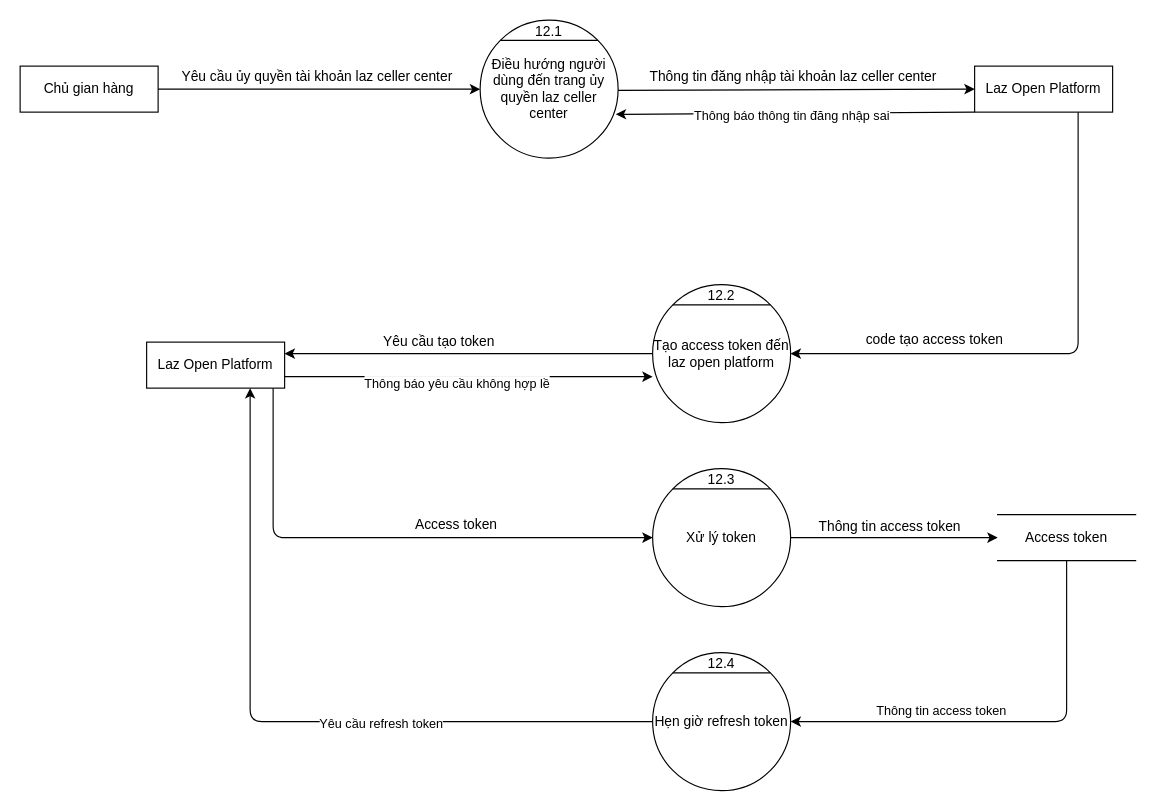
Earlier version of the draw.io diagram long/DFD-Authorization.drawio (xxminhmie/override-project-document). Source tidied: cells renumbered, new cells numbered last; positions are measured from the earlier drawing's top-left corner, leaving out a move shared by most shapes. Both pictures are drawn from the tidied source at 115%, with x=0, y=0 at pixel (20, 20).
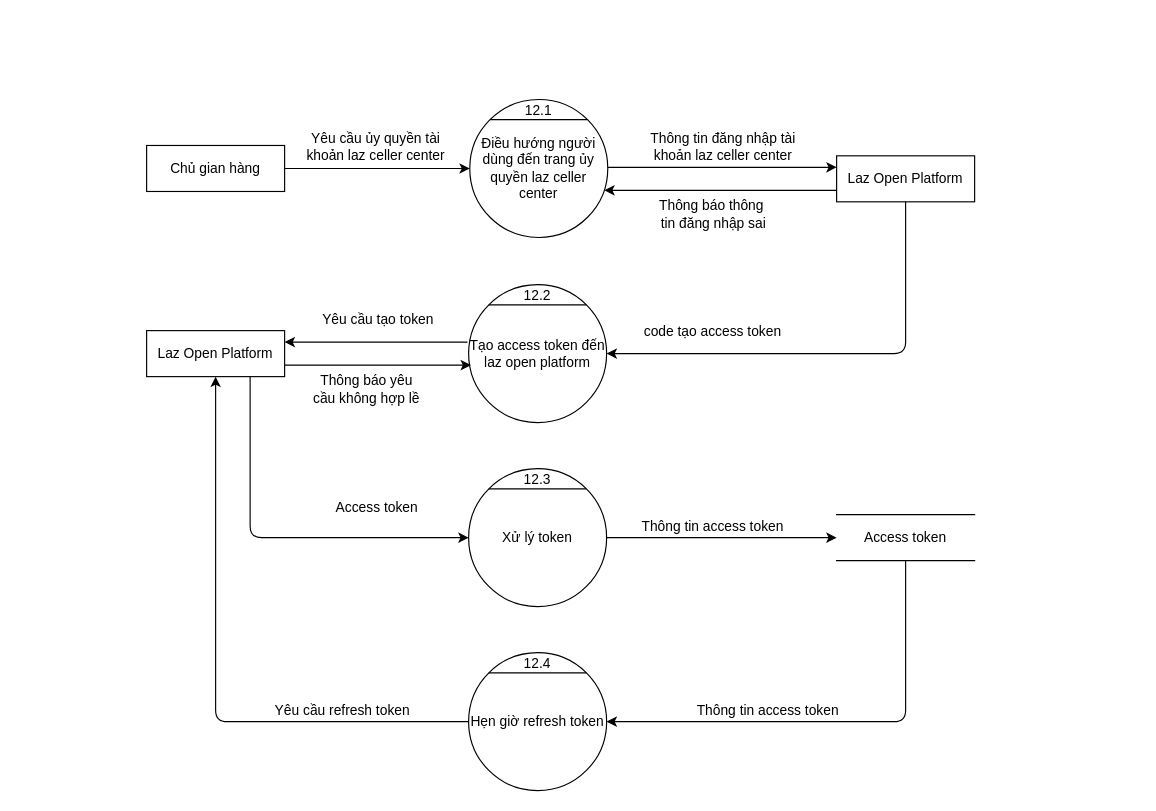
The same page after the edit.

Change to the diagram source:
```diff
@@
-    <mxCell id="2" value="Chủ gian hàng" style="rounded=0;whiteSpace=wrap;html=1;" parent="1" vertex="1">
-      <mxGeometry y="40" width="120" height="40" as="geometry" />
+    <mxCell id="2" value="Chủ gian hàng" style="rounded=0;whiteSpace=wrap;html=1;fontSize=12;" parent="1" vertex="1">
+      <mxGeometry x="110" y="109" width="120" height="40" as="geometry" />
     </mxCell>
-    <mxCell id="3" style="group;" parent="1" vertex="1">
-      <mxGeometry x="400" width="120" height="120" as="geometry" />
+    <mxCell id="3" style="group;fontSize=12;" parent="1" vertex="1">
+      <mxGeometry x="391" y="69" width="120" height="120" as="geometry" />
     </mxCell>
-    <mxCell id="4" value="Điều hướng người dùng đến trang ủy quyền laz celler center" style="ellipse;whiteSpace=wrap;html=1;" parent="3" vertex="1">
+    <mxCell id="4" value="Điều hướng người dùng đến trang ủy quyền laz celler center" style="ellipse;whiteSpace=wrap;html=1;fontSize=12;" parent="3" vertex="1">
       <mxGeometry width="120" height="120" as="geometry" />
     </mxCell>
-    <mxCell id="5" style="endArrow=none;html=1;exitX=0;exitY=0;exitDx=0;exitDy=0;entryX=1;entryY=0;entryDx=0;entryDy=0;" parent="3" edge="1" source="4" target="4">
+    <mxCell id="5" style="endArrow=none;html=1;exitX=0;exitY=0;exitDx=0;exitDy=0;entryX=1;entryY=0;entryDx=0;entryDy=0;fontSize=12;" parent="3" edge="1" source="4" target="4">
       <mxGeometry relative="1" as="geometry" />
     </mxCell>
-    <mxCell id="6" value="12.1" style="text;html=1;strokeColor=none;fillColor=none;align=center;verticalAlign=middle;whiteSpace=wrap;rounded=0;" parent="3" vertex="1">
+    <mxCell id="6" value="12.1" style="text;html=1;strokeColor=none;fillColor=none;align=center;verticalAlign=middle;whiteSpace=wrap;rounded=0;fontSize=12;" parent="3" vertex="1">
       <mxGeometry x="40" width="40" height="20" as="geometry" />
     </mxCell>
-    <mxCell id="7" style="group;" parent="1" vertex="1">
-      <mxGeometry x="550" y="230" width="120" height="120" as="geometry" />
+    <mxCell id="7" style="group;fontSize=12;" parent="1" vertex="1">
+      <mxGeometry x="390" y="230" width="120" height="120" as="geometry" />
     </mxCell>
-    <mxCell id="8" value="Tạo access token đến laz open platform" style="ellipse;whiteSpace=wrap;html=1;" parent="7" vertex="1">
+    <mxCell id="8" value="Tạo access token đến laz open platform" style="ellipse;whiteSpace=wrap;html=1;fontSize=12;" parent="7" vertex="1">
       <mxGeometry width="120" height="120" as="geometry" />
     </mxCell>
-    <mxCell id="9" style="endArrow=none;html=1;exitX=0;exitY=0;exitDx=0;exitDy=0;entryX=1;entryY=0;entryDx=0;entryDy=0;" parent="7" edge="1" source="8" target="8">
+    <mxCell id="9" style="endArrow=none;html=1;exitX=0;exitY=0;exitDx=0;exitDy=0;entryX=1;entryY=0;entryDx=0;entryDy=0;fontSize=12;" parent="7" edge="1" source="8" target="8">
       <mxGeometry relative="1" as="geometry" />
     </mxCell>
-    <mxCell id="10" value="12.2" style="text;html=1;strokeColor=none;fillColor=none;align=center;verticalAlign=middle;whiteSpace=wrap;rounded=0;" parent="7" vertex="1">
+    <mxCell id="10" value="12.2" style="text;html=1;strokeColor=none;fillColor=none;align=center;verticalAlign=middle;whiteSpace=wrap;rounded=0;fontSize=12;" parent="7" vertex="1">
       <mxGeometry x="40" width="40" height="20" as="geometry" />
     </mxCell>
-    <mxCell id="11" style="group;" parent="1" vertex="1">
-      <mxGeometry x="550" y="390" width="120" height="120" as="geometry" />
+    <mxCell id="11" style="group;fontSize=12;" parent="1" vertex="1">
+      <mxGeometry x="390" y="390" width="120" height="120" as="geometry" />
     </mxCell>
-    <mxCell id="12" value="Xử lý token" style="ellipse;whiteSpace=wrap;html=1;" parent="11" vertex="1">
+    <mxCell id="12" value="Xử lý token" style="ellipse;whiteSpace=wrap;html=1;fontSize=12;" parent="11" vertex="1">
       <mxGeometry width="120" height="120" as="geometry" />
     </mxCell>
-    <mxCell id="13" style="endArrow=none;html=1;exitX=0;exitY=0;exitDx=0;exitDy=0;entryX=1;entryY=0;entryDx=0;entryDy=0;" parent="11" edge="1" source="12" target="12">
+    <mxCell id="13" style="endArrow=none;html=1;exitX=0;exitY=0;exitDx=0;exitDy=0;entryX=1;entryY=0;entryDx=0;entryDy=0;fontSize=12;" parent="11" edge="1" source="12" target="12">
       <mxGeometry relative="1" as="geometry" />
     </mxCell>
-    <mxCell id="14" value="12.3" style="text;html=1;strokeColor=none;fillColor=none;align=center;verticalAlign=middle;whiteSpace=wrap;rounded=0;" parent="11" vertex="1">
+    <mxCell id="14" value="12.3" style="text;html=1;strokeColor=none;fillColor=none;align=center;verticalAlign=middle;whiteSpace=wrap;rounded=0;fontSize=12;" parent="11" vertex="1">
       <mxGeometry x="40" width="40" height="20" as="geometry" />
     </mxCell>
-    <mxCell id="15" value="Laz Open Platform" style="rounded=0;whiteSpace=wrap;html=1;" parent="1" vertex="1">
-      <mxGeometry x="830" y="40" width="120" height="40" as="geometry" />
+    <mxCell id="15" value="Laz Open Platform" style="rounded=0;whiteSpace=wrap;html=1;fontSize=12;" parent="1" vertex="1">
+      <mxGeometry x="710" y="118" width="120" height="40" as="geometry" />
     </mxCell>
-    <mxCell id="16" style="endArrow=classic;html=1;exitX=1;exitY=0.5;exitDx=0;exitDy=0;" parent="1" edge="1" source="2" target="4">
+    <mxCell id="16" style="endArrow=classic;html=1;exitX=1;exitY=0.5;exitDx=0;exitDy=0;fontSize=12;" parent="1" edge="1" source="2" target="4">
       <mxGeometry relative="1" as="geometry" />
     </mxCell>
-    <mxCell id="17" value="Yêu cầu ủy quyền tài khoản laz celler center" style="edgeLabel;html=1;align=center;verticalAlign=middle;rotation=0;fontSize=12;" parent="16" vertex="1">
+    <mxCell id="17" value="Yêu cầu ủy quyền tài &lt;br style=&quot;font-size: 12px;&quot;&gt;khoản laz celler center" style="edgeLabel;html=1;align=center;verticalAlign=middle;rotation=0;fontSize=12;" parent="16" vertex="1">
       <mxGeometry x="-0.2" y="-2" relative="1" as="geometry">
-        <mxPoint x="25.5" y="-14" as="offset" />
+        <mxPoint x="14.5" y="-22" as="offset" />
       </mxGeometry>
     </mxCell>
-    <mxCell id="18" style="endArrow=classic;html=1;fontSize=12;" parent="1" edge="1" source="4" target="15">
-      <mxGeometry relative="1" as="geometry" />
+    <mxCell id="18" style="endArrow=classic;html=1;fontSize=12;" parent="1" edge="1">
+      <mxGeometry relative="1" as="geometry">
+        <mxPoint x="511" y="128" as="sourcePoint" />
+        <mxPoint x="710" y="128" as="targetPoint" />
+      </mxGeometry>
     </mxCell>
-    <mxCell id="19" value="Thông tin đăng nhập tài khoản laz celler center" style="edgeLabel;html=1;align=center;verticalAlign=middle;fontSize=12;rotation=0;" parent="18" vertex="1">
+    <mxCell id="19" value="Thông tin đăng nhập tài &lt;br style=&quot;font-size: 12px;&quot;&gt;khoản laz celler center" style="edgeLabel;html=1;align=center;verticalAlign=middle;fontSize=12;rotation=0;" parent="18" vertex="1">
       <mxGeometry x="-0.44" y="2" relative="1" as="geometry">
-        <mxPoint x="65" y="-10" as="offset" />
+        <mxPoint x="43" y="-17" as="offset" />
       </mxGeometry>
     </mxCell>
-    <mxCell id="20" style="endArrow=classic;html=1;fontSize=12;exitX=0.75;exitY=1;exitDx=0;exitDy=0;" parent="1" edge="1" source="15" target="8">
+    <mxCell id="20" style="endArrow=classic;html=1;fontSize=12;exitX=0.5;exitY=1;exitDx=0;exitDy=0;entryX=1;entryY=0.5;entryDx=0;entryDy=0;" parent="1" edge="1" source="15" target="8">
       <mxGeometry relative="1" as="geometry">
         <Array as="points">
-          <mxPoint x="920" y="290" />
+          <mxPoint x="770" y="290" />
         </Array>
       </mxGeometry>
     </mxCell>
     <mxCell id="21" value="code tạo access token" style="edgeLabel;html=1;align=center;verticalAlign=middle;fontSize=12;rotation=0;" parent="20" vertex="1">
       <mxGeometry x="0.26" y="2" relative="1" as="geometry">
-        <mxPoint x="-45.4" y="-14.4" as="offset" />
+        <mxPoint x="-54" y="-22" as="offset" />
       </mxGeometry>
     </mxCell>
-    <mxCell id="22" value="Laz Open Platform" style="rounded=0;whiteSpace=wrap;html=1;" parent="1" vertex="1">
-      <mxGeometry x="110" y="280" width="120" height="40" as="geometry" />
+    <mxCell id="22" value="Laz Open Platform" style="rounded=0;whiteSpace=wrap;html=1;fontSize=12;" parent="1" vertex="1">
+      <mxGeometry x="110" y="270" width="120" height="40" as="geometry" />
     </mxCell>
-    <mxCell id="23" style="endArrow=classic;html=1;fontSize=12;entryX=1;entryY=0.25;entryDx=0;entryDy=0;" parent="1" edge="1" source="8" target="22">
-      <mxGeometry relative="1" as="geometry" />
+    <mxCell id="23" style="endArrow=classic;html=1;fontSize=12;entryX=1;entryY=0.25;entryDx=0;entryDy=0;" parent="1" edge="1" target="22">
+      <mxGeometry relative="1" as="geometry">
+        <mxPoint x="389" y="280" as="sourcePoint" />
+      </mxGeometry>
     </mxCell>
     <mxCell id="24" value="Yêu cầu tạo token" style="edgeLabel;html=1;align=center;verticalAlign=middle;fontSize=12;" parent="23" vertex="1">
       <mxGeometry x="0.17" y="2" relative="1" as="geometry">
-        <mxPoint y="-13" as="offset" />
+        <mxPoint x="14" y="-22" as="offset" />
       </mxGeometry>
     </mxCell>
-    <mxCell id="25" style="endArrow=classic;html=1;fontSize=12;entryX=0;entryY=0.5;entryDx=0;entryDy=0;" parent="1" edge="1" target="12">
+    <mxCell id="25" style="endArrow=classic;html=1;fontSize=12;entryX=0;entryY=0.5;entryDx=0;entryDy=0;exitX=0.75;exitY=1;exitDx=0;exitDy=0;" parent="1" edge="1" source="22" target="12">
       <mxGeometry relative="1" as="geometry">
-        <mxPoint x="220" y="320" as="sourcePoint" />
         <Array as="points">
-          <mxPoint x="220" y="450" />
+          <mxPoint x="200" y="450" />
         </Array>
       </mxGeometry>
     </mxCell>
@@
     <mxCell id="27" value="Access token" style="shape=partialRectangle;whiteSpace=wrap;html=1;left=0;right=0;fillColor=none;fontSize=12;" parent="1" vertex="1">
-      <mxGeometry x="850" y="430" width="120" height="40" as="geometry" />
+      <mxGeometry x="710" y="430" width="120" height="40" as="geometry" />
     </mxCell>
@@
-    <mxCell id="30" style="group;" parent="1" vertex="1">
-      <mxGeometry x="550" y="550" width="120" height="120" as="geometry" />
+    <mxCell id="30" style="group;fontSize=12;" parent="1" vertex="1">
+      <mxGeometry x="390" y="550" width="120" height="120" as="geometry" />
     </mxCell>
-    <mxCell id="31" value="Hẹn giờ refresh token" style="ellipse;whiteSpace=wrap;html=1;" parent="30" vertex="1">
+    <mxCell id="31" value="Hẹn giờ refresh token" style="ellipse;whiteSpace=wrap;html=1;fontSize=12;" parent="30" vertex="1">
       <mxGeometry width="120" height="120" as="geometry" />
     </mxCell>
-    <mxCell id="32" style="endArrow=none;html=1;exitX=0;exitY=0;exitDx=0;exitDy=0;entryX=1;entryY=0;entryDx=0;entryDy=0;" parent="30" edge="1" source="31" target="31">
+    <mxCell id="32" style="endArrow=none;html=1;exitX=0;exitY=0;exitDx=0;exitDy=0;entryX=1;entryY=0;entryDx=0;entryDy=0;fontSize=12;" parent="30" edge="1" source="31" target="31">
       <mxGeometry relative="1" as="geometry" />
     </mxCell>
-    <mxCell id="33" value="12.4" style="text;html=1;strokeColor=none;fillColor=none;align=center;verticalAlign=middle;whiteSpace=wrap;rounded=0;" parent="30" vertex="1">
+    <mxCell id="33" value="12.4" style="text;html=1;strokeColor=none;fillColor=none;align=center;verticalAlign=middle;whiteSpace=wrap;rounded=0;fontSize=12;" parent="30" vertex="1">
       <mxGeometry x="40" width="40" height="20" as="geometry" />
     </mxCell>
     <mxCell id="34" style="endArrow=classic;html=1;fontSize=12;exitX=0.5;exitY=1;exitDx=0;exitDy=0;entryX=1;entryY=0.5;entryDx=0;entryDy=0;" parent="1" edge="1" source="27" target="31">
       <mxGeometry relative="1" as="geometry">
         <Array as="points">
-          <mxPoint x="910" y="610" />
+          <mxPoint x="770" y="610" />
         </Array>
       </mxGeometry>
     </mxCell>
-    <mxCell id="35" value="Thông tin access token" style="edgeLabel;html=1;align=center;verticalAlign=middle;" parent="34" vertex="1">
+    <mxCell id="35" value="Thông tin access token" style="edgeLabel;html=1;align=center;verticalAlign=middle;fontSize=12;" parent="34" vertex="1">
       <mxGeometry x="0.14" y="2" relative="1" as="geometry">
         <mxPoint x="-33" y="-12" as="offset" />
       </mxGeometry>
     </mxCell>
-    <mxCell id="36" style="endArrow=classic;html=1;exitX=0;exitY=1;exitDx=0;exitDy=0;entryX=0.983;entryY=0.683;entryDx=0;entryDy=0;entryPerimeter=0;" parent="1" edge="1" source="15" target="4">
-      <mxGeometry relative="1" as="geometry" />
+    <mxCell id="36" style="endArrow=classic;html=1;exitX=0;exitY=1;exitDx=0;exitDy=0;fontSize=12;" parent="1" edge="1">
+      <mxGeometry relative="1" as="geometry">
+        <mxPoint x="710" y="148" as="sourcePoint" />
+        <mxPoint x="508" y="148" as="targetPoint" />
+      </mxGeometry>
     </mxCell>
-    <mxCell id="37" value="Thông báo thông tin đăng nhập sai" style="edgeLabel;html=1;align=center;verticalAlign=middle;" parent="36" vertex="1">
+    <mxCell id="37" value="Thông báo thông&lt;br style=&quot;font-size: 12px;&quot;&gt;&amp;nbsp;tin đăng nhập sai" style="edgeLabel;html=1;align=center;verticalAlign=middle;fontSize=12;" parent="36" vertex="1">
       <mxGeometry x="0.38" y="1" relative="1" as="geometry">
-        <mxPoint x="55" as="offset" />
+        <mxPoint x="29" y="19" as="offset" />
       </mxGeometry>
     </mxCell>
-    <mxCell id="38" style="endArrow=classic;html=1;exitX=1;exitY=0.75;exitDx=0;exitDy=0;" parent="1" edge="1" source="22">
+    <mxCell id="38" style="endArrow=classic;html=1;exitX=1;exitY=0.75;exitDx=0;exitDy=0;fontSize=12;" parent="1" edge="1" source="22">
       <mxGeometry relative="1" as="geometry">
-        <mxPoint x="550" y="310" as="targetPoint" />
+        <mxPoint x="392" y="300" as="targetPoint" />
       </mxGeometry>
     </mxCell>
-    <mxCell id="39" value="Thông báo yêu cầu không hợp lề" style="edgeLabel;html=1;align=center;verticalAlign=middle;" parent="38" vertex="1">
-      <mxGeometry x="-0.07" y="-5" relative="1" as="geometry" />
+    <mxCell id="39" value="Thông báo yêu &lt;br style=&quot;font-size: 12px;&quot;&gt;cầu không hợp lề" style="edgeLabel;html=1;align=center;verticalAlign=middle;fontSize=12;" parent="38" vertex="1">
+      <mxGeometry x="-0.07" y="-5" relative="1" as="geometry">
+        <mxPoint x="-5" y="15" as="offset" />
+      </mxGeometry>
     </mxCell>
-    <mxCell id="40" style="endArrow=classic;html=1;entryX=0.75;entryY=1;entryDx=0;entryDy=0;exitX=0;exitY=0.5;exitDx=0;exitDy=0;" parent="1" edge="1" source="31" target="22">
+    <mxCell id="40" style="endArrow=classic;html=1;entryX=0.5;entryY=1;entryDx=0;entryDy=0;exitX=0;exitY=0.5;exitDx=0;exitDy=0;fontSize=12;" parent="1" edge="1" source="31" target="22">
       <mxGeometry relative="1" as="geometry">
         <Array as="points">
-          <mxPoint x="200" y="610" />
+          <mxPoint x="170" y="610" />
         </Array>
       </mxGeometry>
     </mxCell>
-    <mxCell id="41" value="Yêu cầu refresh token" style="edgeLabel;html=1;align=center;verticalAlign=middle;" parent="40" vertex="1">
-      <mxGeometry x="-0.26" y="1" relative="1" as="geometry" />
+    <mxCell id="41" value="Yêu cầu refresh token" style="edgeLabel;html=1;align=center;verticalAlign=middle;fontSize=12;" parent="40" vertex="1">
+      <mxGeometry x="-0.26" y="1" relative="1" as="geometry">
+        <mxPoint x="81" y="-11" as="offset" />
+      </mxGeometry>
     </mxCell>
```
